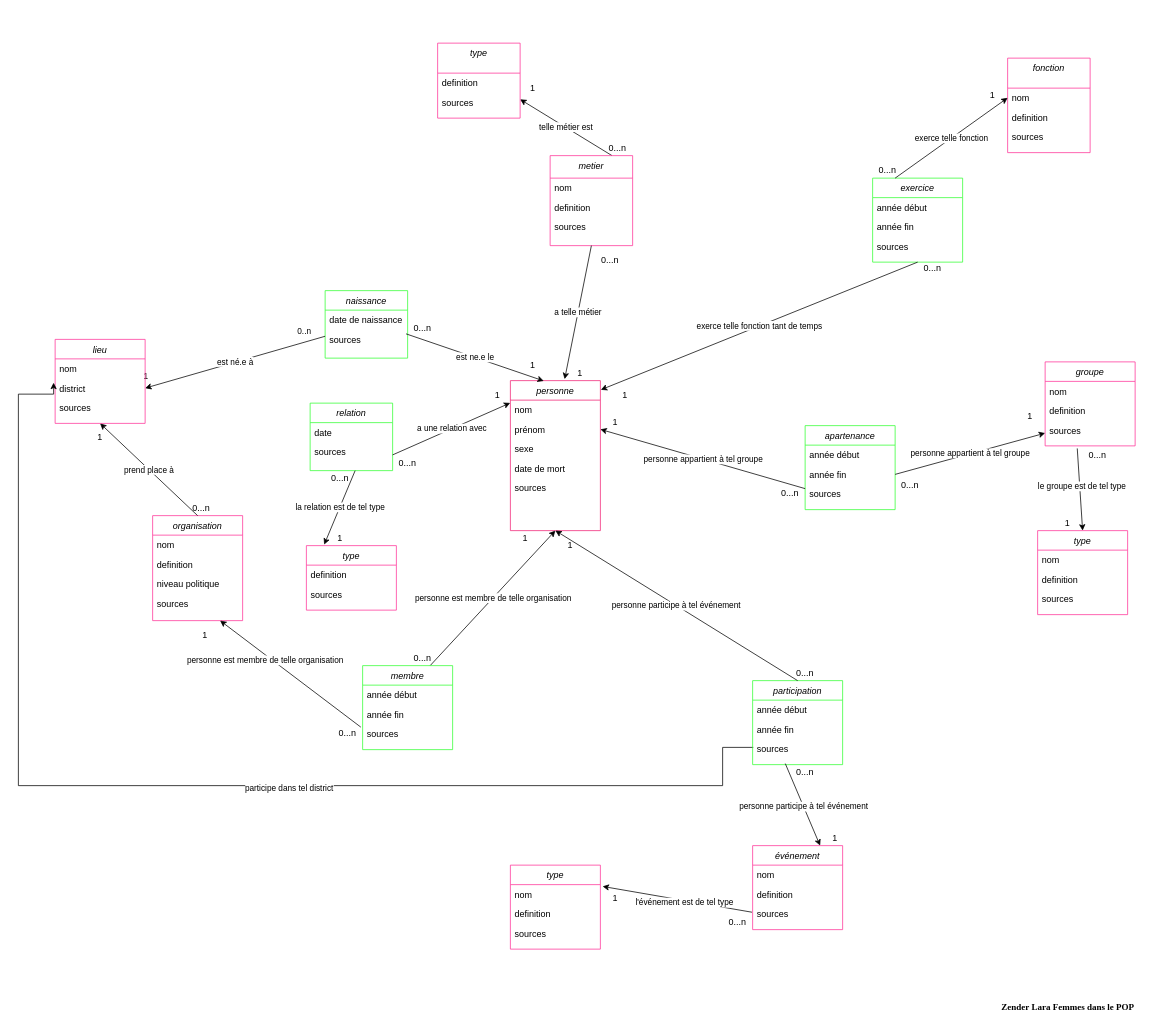
Above: MCD_POP.drawio in Zenderl/memoire_POP (draw.io), before the change. Source tidied: cells renumbered, new cells numbered last; positions are measured from the earlier drawing's top-left corner, leaving out a move shared by most shapes. Both pictures are drawn from the tidied source at 75%, with x=0, y=0 at pixel (18, 43).
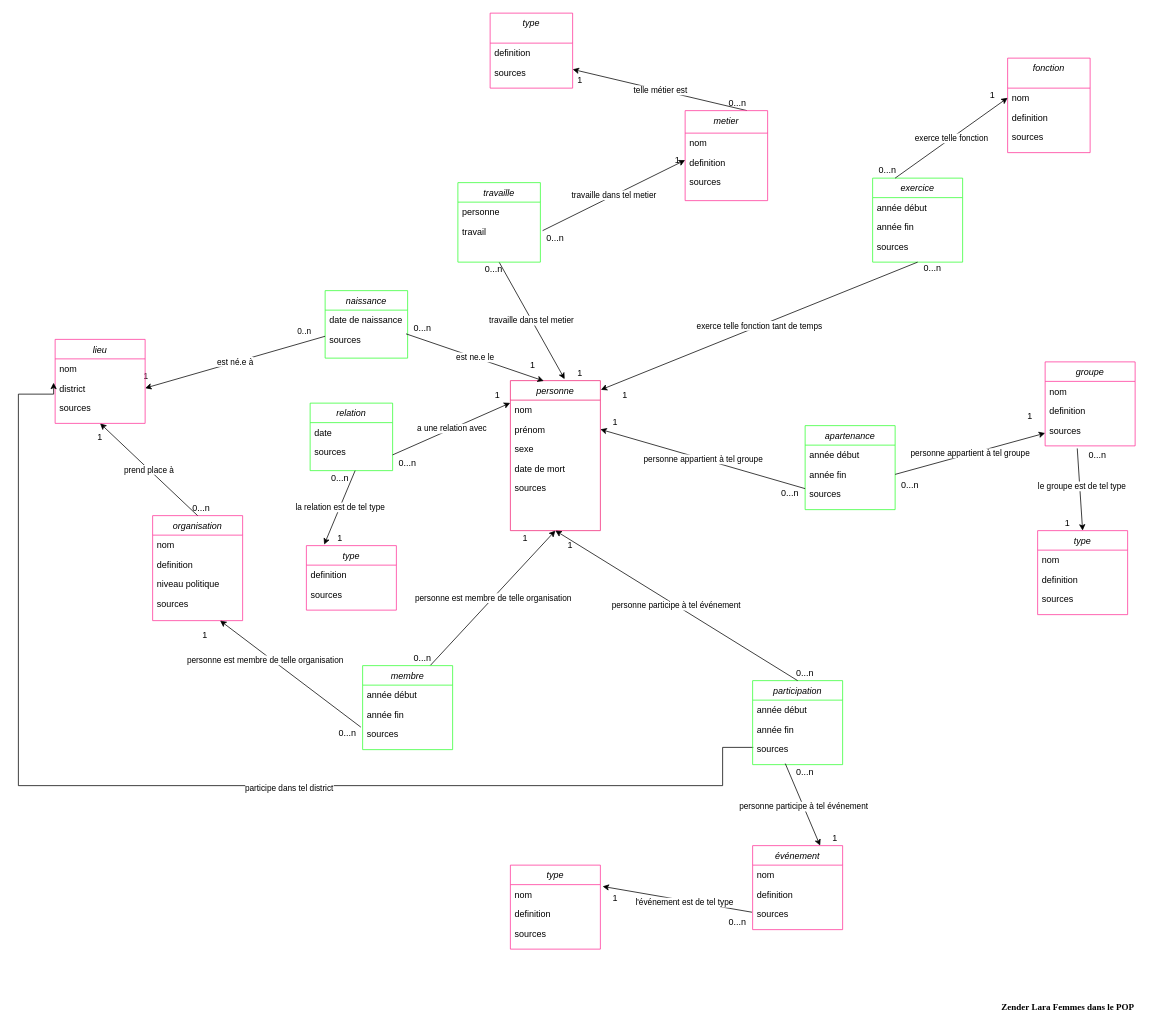
Above is the later version.

The change refers to these unchanged cells:
```xml
<mxCell id="2" value="personne" style="swimlane;fontStyle=2;align=center;verticalAlign=top;horizontal=1;startSize=26;rounded=0;shadow=0;strokeWidth=1;strokeColor=#F02274;" parent="1" vertex="1">
  <mxGeometry x="656" y="450" width="120" height="200" as="geometry" />
</mxCell>
```

Diff of the diagram source:
```diff
@@
     <mxCell id="34" value="0...n" style="text;strokeColor=none;align=center;fillColor=none;html=1;verticalAlign=middle;whiteSpace=wrap;rounded=0;" parent="1" vertex="1">
-      <mxGeometry x="779" y="130" width="40" height="20" as="geometry" />
+      <mxGeometry x="939" y="70" width="40" height="20" as="geometry" />
     </mxCell>
@@
     <mxCell id="39" value="metier" style="swimlane;fontStyle=2;align=center;verticalAlign=top;horizontal=1;startSize=30;rounded=0;shadow=0;strokeWidth=1;strokeColor=#FF3399;" parent="1" vertex="1">
-      <mxGeometry x="709" y="150" width="110" height="120" as="geometry" />
+      <mxGeometry x="889" y="90" width="110" height="120" as="geometry" />
     </mxCell>
@@
-    <mxCell id="43" value="a telle métier" style="edgeStyle=none;html=1;exitX=0.5;exitY=1;exitDx=0;exitDy=0;entryX=0.603;entryY=-0.01;entryDx=0;entryDy=0;entryPerimeter=0;" parent="1" edge="1" source="39" target="2">
+    <mxCell id="43" value="travaille dans tel metier" style="edgeStyle=none;html=1;exitX=0.5;exitY=1;exitDx=0;exitDy=0;entryX=0.603;entryY=-0.01;entryDx=0;entryDy=0;entryPerimeter=0;" parent="1" edge="1" source="140" target="2">
       <mxGeometry relative="1" as="geometry" />
     </mxCell>
     <mxCell id="44" value="type" style="swimlane;fontStyle=2;align=center;verticalAlign=top;horizontal=1;startSize=40;rounded=0;shadow=0;strokeWidth=1;strokeColor=#FF3399;" parent="1" vertex="1">
-      <mxGeometry x="559" width="110" height="100" as="geometry" />
+      <mxGeometry x="629" y="-40" width="110" height="100" as="geometry" />
     </mxCell>
@@
-    <mxCell id="47" value="0...n" style="text;strokeColor=none;align=center;fillColor=none;html=1;verticalAlign=middle;whiteSpace=wrap;rounded=0;" parent="1" vertex="1">
-      <mxGeometry x="769" y="280" width="40" height="20" as="geometry" />
-    </mxCell>
     <mxCell id="48" value="1" style="text;strokeColor=none;align=center;fillColor=none;html=1;verticalAlign=middle;whiteSpace=wrap;rounded=0;" parent="1" vertex="1">
-      <mxGeometry x="676" y="50" width="20" height="20" as="geometry" />
+      <mxGeometry x="739" y="40" width="20" height="20" as="geometry" />
     </mxCell>
@@
+    <mxCell id="140" value="travaille" style="swimlane;fontStyle=2;align=center;verticalAlign=top;horizontal=1;startSize=26;rounded=0;shadow=0;strokeWidth=1;strokeColor=#33FF33;" parent="1" vertex="1">
+      <mxGeometry x="586" y="186" width="110" height="106" as="geometry" />
+    </mxCell>
+    <mxCell id="141" value="personne" style="text;align=left;verticalAlign=top;spacingLeft=4;spacingRight=4;overflow=hidden;" parent="140" vertex="1">
+      <mxGeometry y="26" width="110" height="26" as="geometry" />
+    </mxCell>
+    <mxCell id="142" style="edgeStyle=elbowEdgeStyle;rounded=0;orthogonalLoop=1;jettySize=auto;elbow=vertical;html=1;exitX=0;exitY=0.5;exitDx=0;exitDy=0;" parent="140" edge="1">
+      <mxGeometry relative="1" as="geometry">
+        <mxPoint y="65" as="sourcePoint" />
+        <mxPoint y="65" as="targetPoint" />
+      </mxGeometry>
+    </mxCell>
+    <mxCell id="143" value="travail" style="text;align=left;verticalAlign=top;spacingLeft=4;spacingRight=4;overflow=hidden;rounded=0;shadow=0;html=0;" parent="140" vertex="1">
+      <mxGeometry y="52" width="110" height="34" as="geometry" />
+    </mxCell>
+    <mxCell id="47" value="0...n" style="text;strokeColor=none;align=center;fillColor=none;html=1;verticalAlign=middle;whiteSpace=wrap;rounded=0;" parent="1" vertex="1">
+      <mxGeometry x="579" y="292" width="110" height="20" as="geometry" />
+    </mxCell>
+    <mxCell id="144" value="travaille dans tel metier" style="edgeStyle=none;html=1;entryX=1;entryY=0.5;entryDx=0;entryDy=0;" parent="1" edge="1" target="145">
+      <mxGeometry relative="1" as="geometry">
+        <mxPoint x="699" y="250" as="sourcePoint" />
+      </mxGeometry>
+    </mxCell>
+    <mxCell id="145" value="1" style="text;strokeColor=none;align=center;fillColor=none;html=1;verticalAlign=middle;whiteSpace=wrap;rounded=0;" parent="1" vertex="1">
+      <mxGeometry x="869" y="146" width="20" height="20" as="geometry" />
+    </mxCell>
+    <mxCell id="146" value="0...n" style="text;strokeColor=none;align=center;fillColor=none;html=1;verticalAlign=middle;whiteSpace=wrap;rounded=0;" parent="1" vertex="1">
+      <mxGeometry x="661" y="250" width="110" height="20" as="geometry" />
+    </mxCell>
```
